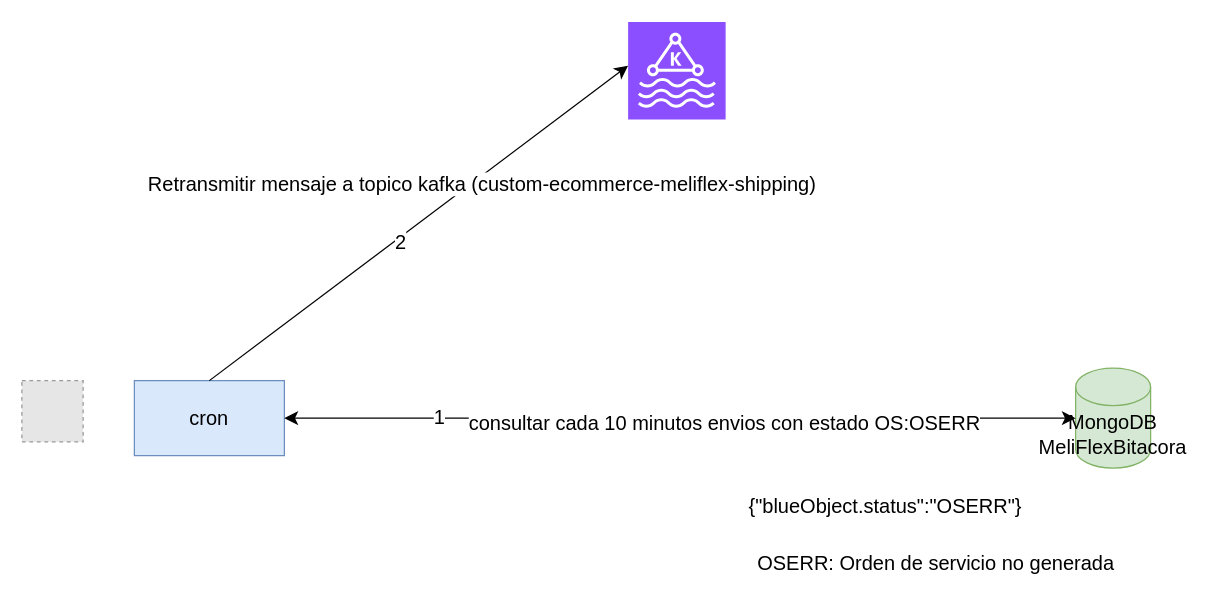
The draw.io diagram app/Untitled Diagram.drawio in gfernandezblue33/Seccion_01_Lab, before the edit. Source tidied: cells renumbered, new cells numbered last; positions are measured from the earlier drawing's top-left corner, leaving out a move shared by most shapes. Both pictures are drawn from the tidied source at 125%, with x=0, y=0 at pixel (21, 21). Pictures stored in the file or linked from it are replaced by grey dashed boxes.
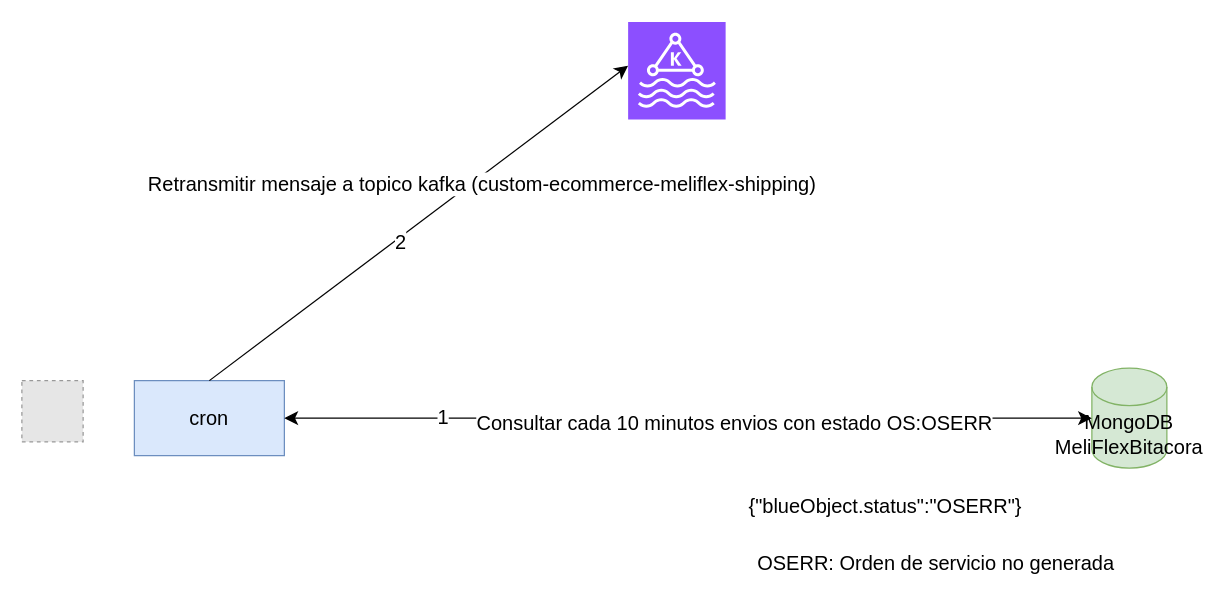
The same page after the edit.

Change to the diagram source:
```diff
@@
 <mxGraphModel>
   <root>
     <mxCell id="0" />
     <mxCell id="1" parent="0" />
     <mxCell id="2" value="cron" style="rounded=0;whiteSpace=wrap;html=1;fontSize=16;fillColor=#dae8fc;strokeColor=#6c8ebf;" parent="1" vertex="1">
       <mxGeometry x="90" y="287" width="120" height="60" as="geometry" />
     </mxCell>
     <mxCell id="3" value="MongoDB MeliFlexBitacora" style="shape=cylinder3;whiteSpace=wrap;html=1;boundedLbl=1;backgroundOutline=1;size=15;fontSize=16;fillColor=#d5e8d4;strokeColor=#82b366;" parent="1" vertex="1">
-      <mxGeometry x="843" y="277" width="60" height="80" as="geometry" />
+      <mxGeometry x="856" y="277" width="60" height="80" as="geometry" />
     </mxCell>
     <mxCell id="4" style="endArrow=classic;startArrow=classic;html=1;rounded=0;fontSize=12;startSize=8;endSize=8;curved=1;entryX=0;entryY=0.5;entryDx=0;entryDy=0;entryPerimeter=0;exitX=1;exitY=0.5;exitDx=0;exitDy=0;" parent="1" edge="1" source="2" target="3">
       <mxGeometry relative="1" as="geometry" />
     </mxCell>
-    <mxCell id="5" value="consultar cada 10 minutos envios con estado OS:OSERR" style="edgeLabel;html=1;align=center;verticalAlign=middle;fontSize=16;" parent="4" vertex="1">
+    <mxCell id="5" value="Consultar cada 10 minutos envios con estado OS:OSERR" style="edgeLabel;html=1;align=center;verticalAlign=middle;fontSize=16;" parent="4" vertex="1">
       <mxGeometry x="0.11" y="-3" relative="1" as="geometry" />
     </mxCell>
     <mxCell id="6" value="1" style="edgeLabel;html=1;align=center;verticalAlign=middle;fontSize=16;" parent="4" vertex="1">
       <mxGeometry x="-0.61" y="2" relative="1" as="geometry" />
     </mxCell>
     <mxCell id="7" style="fillColor=#E6E6E6;strokeColor=#999999;dashed=1;html=1;verticalAlign=top;verticalLabelPosition=bottom;labelBackgroundColor=#ffffff;fontSize=16;" parent="1" vertex="1">
       <mxGeometry y="287" width="49" height="49" as="geometry" />
     </mxCell>
     <mxCell id="8" style="sketch=0;points=[[0,0,0],[0.25,0,0],[0.5,0,0],[0.75,0,0],[1,0,0],[0,1,0],[0.25,1,0],[0.5,1,0],[0.75,1,0],[1,1,0],[0,0.25,0],[0,0.5,0],[0,0.75,0],[1,0.25,0],[1,0.5,0],[1,0.75,0]];outlineConnect=0;fontColor=#232F3E;fillColor=#8C4FFF;strokeColor=#ffffff;dashed=0;verticalLabelPosition=bottom;verticalAlign=top;align=center;html=1;fontSize=12;fontStyle=0;shape=mxgraph.aws4.resourceIcon;resIcon=mxgraph.aws4.managed_streaming_for_kafka;" parent="1" vertex="1">
       <mxGeometry x="485" width="78" height="78" as="geometry" />
     </mxCell>
     <mxCell id="9" style="endArrow=classic;html=1;rounded=0;fontSize=12;startSize=8;endSize=8;curved=1;entryX=0;entryY=0.449;entryDx=0;entryDy=0;entryPerimeter=0;exitX=0.5;exitY=0;exitDx=0;exitDy=0;" parent="1" edge="1" source="2" target="8">
       <mxGeometry relative="1" as="geometry" />
     </mxCell>
     <mxCell id="10" value="2" style="edgeLabel;html=1;align=center;verticalAlign=middle;fontSize=16;" parent="9" vertex="1">
       <mxGeometry x="-0.1" y="-3" relative="1" as="geometry" />
     </mxCell>
     <mxCell id="11" value="Retransmitir mensaje a topico kafka (custom-ecommerce-meliflex-shipping) " style="edgeLabel;html=1;align=center;verticalAlign=middle;fontSize=16;" parent="9" vertex="1">
       <mxGeometry x="0.28" y="-5" relative="1" as="geometry" />
     </mxCell>
     <mxCell id="12" value="{&quot;blueObject.status&quot;:&quot;OSERR&quot;}" style="text;html=1;strokeColor=none;fillColor=none;align=center;verticalAlign=middle;whiteSpace=wrap;rounded=0;fontSize=16;" parent="1" vertex="1">
       <mxGeometry x="661" y="372" width="60" height="30" as="geometry" />
     </mxCell>
     <mxCell id="13" value="OSERR: Orden de servicio no generada" style="text;html=1;align=center;verticalAlign=middle;strokeColor=none;fillColor=none;fontSize=16;" parent="1" vertex="1">
       <mxGeometry x="579" y="417" width="304" height="31" as="geometry" />
     </mxCell>
   </root>
 </mxGraphModel>
```
